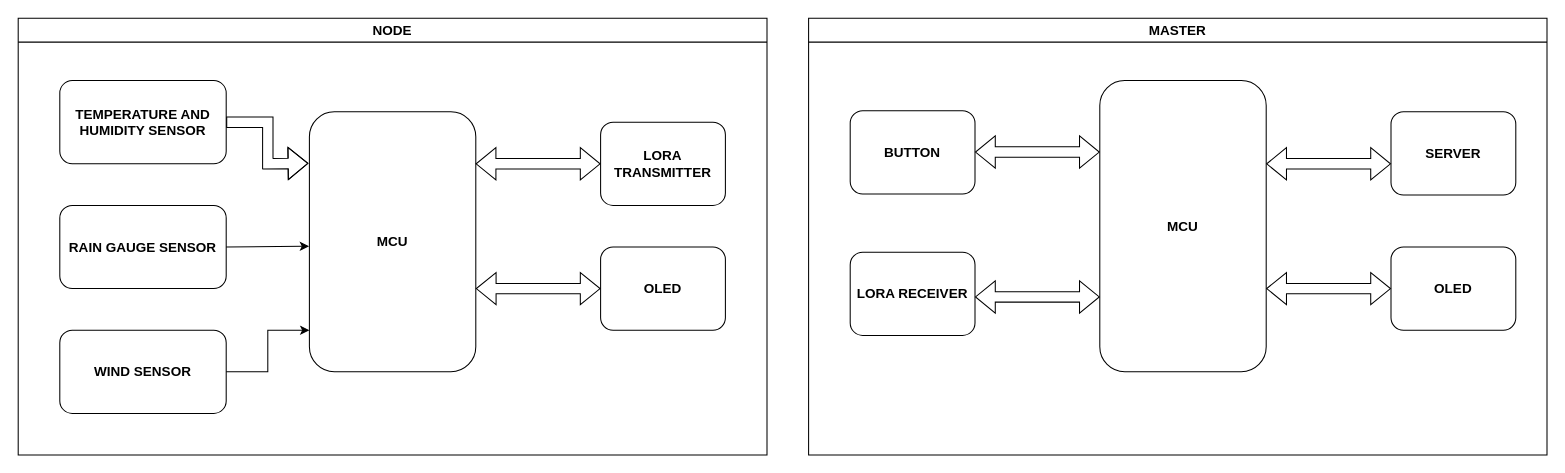
Before: Image/Sơ đồ khối/Biểu đồ không có tiêu đề.drawio in tuanthanhhh/Weather_Monitoring_Station_System, a draw.io diagram. Source tidied: cells renumbered, new cells numbered last; positions are measured from the earlier drawing's top-left corner, leaving out a move shared by most shapes. Both pictures are drawn from the tidied source at 104%, with x=0, y=0 at pixel (18, 18).
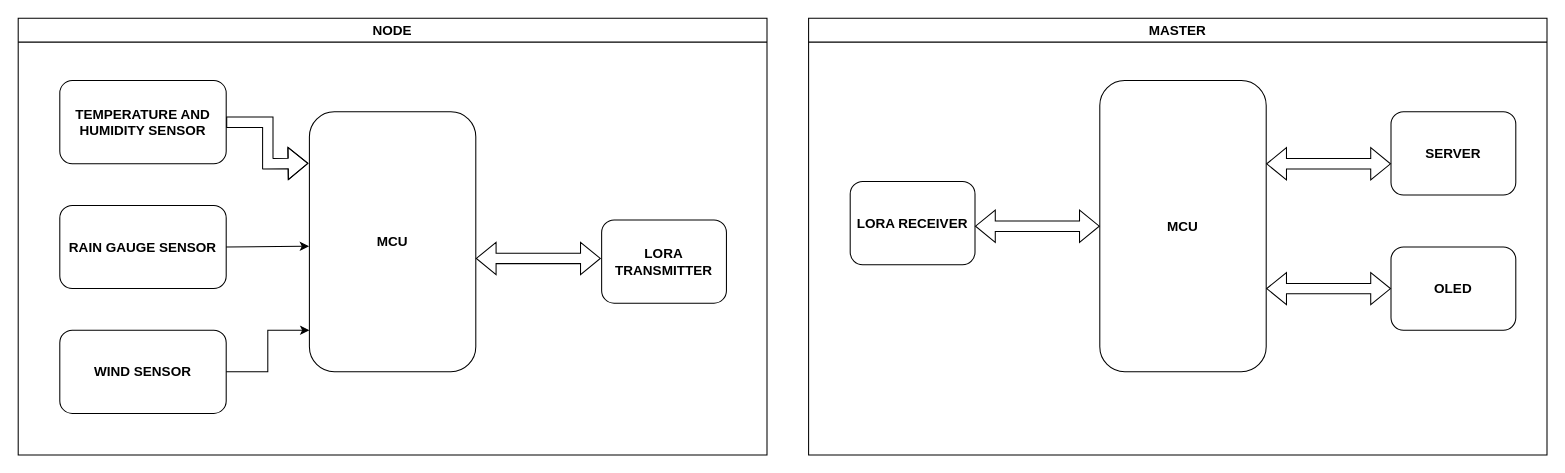
The same diagram, later.

Unchanged cells that the change refers to:
```xml
<mxCell id="3" value="&lt;b style=&quot;font-size: 13px;&quot;&gt;MCU&lt;/b&gt;" style="rounded=1;whiteSpace=wrap;html=1;fontSize=13;" parent="1" vertex="1">
  <mxGeometry x="280" y="90" width="160" height="250" as="geometry" />
</mxCell>
<mxCell id="19" value="MASTER" style="swimlane;whiteSpace=wrap;html=1;fontSize=13;" parent="1" vertex="1">
  <mxGeometry x="760" width="710" height="420" as="geometry" />
</mxCell>
```

The edit, as a diff of the source:
```diff
@@
-    <mxCell id="4" value="LORA TRANSMITTER" style="rounded=1;whiteSpace=wrap;html=1;fontStyle=1;fontSize=13;" parent="1" vertex="1">
-      <mxGeometry x="560" y="100" width="120" height="80" as="geometry" />
-    </mxCell>
@@
-    <mxCell id="7" value="OLED" style="rounded=1;whiteSpace=wrap;html=1;fontStyle=1;fontSize=13;" parent="1" vertex="1">
-      <mxGeometry x="560" y="220" width="120" height="80" as="geometry" />
-    </mxCell>
@@
+    <mxCell id="13" value="NODE" style="swimlane;whiteSpace=wrap;html=1;fontSize=13;" parent="1" vertex="1">
+      <mxGeometry width="720" height="420" as="geometry" />
+    </mxCell>
-    <mxCell id="11" style="shape=flexArrow;endArrow=classic;startArrow=classic;html=1;rounded=0;entryX=0;entryY=0.5;entryDx=0;entryDy=0;exitX=0.999;exitY=0.2;exitDx=0;exitDy=0;exitPerimeter=0;fontSize=13;" parent="1" edge="1" source="3" target="4">
-      <mxGeometry relative="1" as="geometry" />
+    <mxCell id="11" style="shape=flexArrow;endArrow=classic;startArrow=classic;html=1;rounded=0;entryX=0;entryY=0.5;entryDx=0;entryDy=0;exitX=0.999;exitY=0.2;exitDx=0;exitDy=0;exitPerimeter=0;fontSize=13;" parent="13" edge="1">
+      <mxGeometry relative="1" as="geometry">
+        <mxPoint x="440" y="231" as="sourcePoint" />
+        <mxPoint x="560.2" y="231" as="targetPoint" />
+      </mxGeometry>
     </mxCell>
-    <mxCell id="12" style="shape=flexArrow;endArrow=classic;startArrow=classic;html=1;rounded=0;entryX=0;entryY=0.5;entryDx=0;entryDy=0;exitX=0.999;exitY=0.2;exitDx=0;exitDy=0;exitPerimeter=0;fontSize=13;" parent="1" edge="1">
-      <mxGeometry relative="1" as="geometry">
-        <mxPoint x="440" y="260" as="sourcePoint" />
-        <mxPoint x="560" y="260" as="targetPoint" />
-      </mxGeometry>
-    </mxCell>
-    <mxCell id="13" value="NODE" style="swimlane;whiteSpace=wrap;html=1;fontSize=13;" parent="1" vertex="1">
-      <mxGeometry width="720" height="420" as="geometry" />
-    </mxCell>
+    <mxCell id="4" value="LORA TRANSMITTER" style="rounded=1;whiteSpace=wrap;html=1;fontStyle=1;fontSize=13;" parent="13" vertex="1">
+      <mxGeometry x="561" y="194" width="120" height="80" as="geometry" />
+    </mxCell>
@@
     <mxCell id="20" value="LORA RECEIVER" style="rounded=1;whiteSpace=wrap;html=1;fontStyle=1;fontSize=13;" parent="19" vertex="1">
-      <mxGeometry x="40" y="225" width="120" height="80" as="geometry" />
+      <mxGeometry x="40" y="157" width="120" height="80" as="geometry" />
     </mxCell>
     <mxCell id="21" style="shape=flexArrow;endArrow=classic;startArrow=classic;html=1;rounded=0;entryX=0;entryY=0.5;entryDx=0;entryDy=0;exitX=0.999;exitY=0.2;exitDx=0;exitDy=0;exitPerimeter=0;fontSize=13;" parent="19" edge="1">
       <mxGeometry relative="1" as="geometry">
-        <mxPoint x="160" y="268" as="sourcePoint" />
-        <mxPoint x="280" y="268" as="targetPoint" />
+        <mxPoint x="160" y="200" as="sourcePoint" />
+        <mxPoint x="280" y="200" as="targetPoint" />
       </mxGeometry>
     </mxCell>
-    <mxCell id="22" value="BUTTON" style="rounded=1;whiteSpace=wrap;html=1;fontStyle=1;fontSize=13;" parent="19" vertex="1">
-      <mxGeometry x="40" y="89" width="120" height="80" as="geometry" />
-    </mxCell>
-    <mxCell id="23" style="shape=flexArrow;endArrow=classic;startArrow=classic;html=1;rounded=0;entryX=0;entryY=0.5;entryDx=0;entryDy=0;exitX=0.999;exitY=0.2;exitDx=0;exitDy=0;exitPerimeter=0;fontSize=13;" parent="19" edge="1">
-      <mxGeometry relative="1" as="geometry">
-        <mxPoint x="160" y="128.7" as="sourcePoint" />
-        <mxPoint x="280" y="128.7" as="targetPoint" />
-      </mxGeometry>
-    </mxCell>
```
